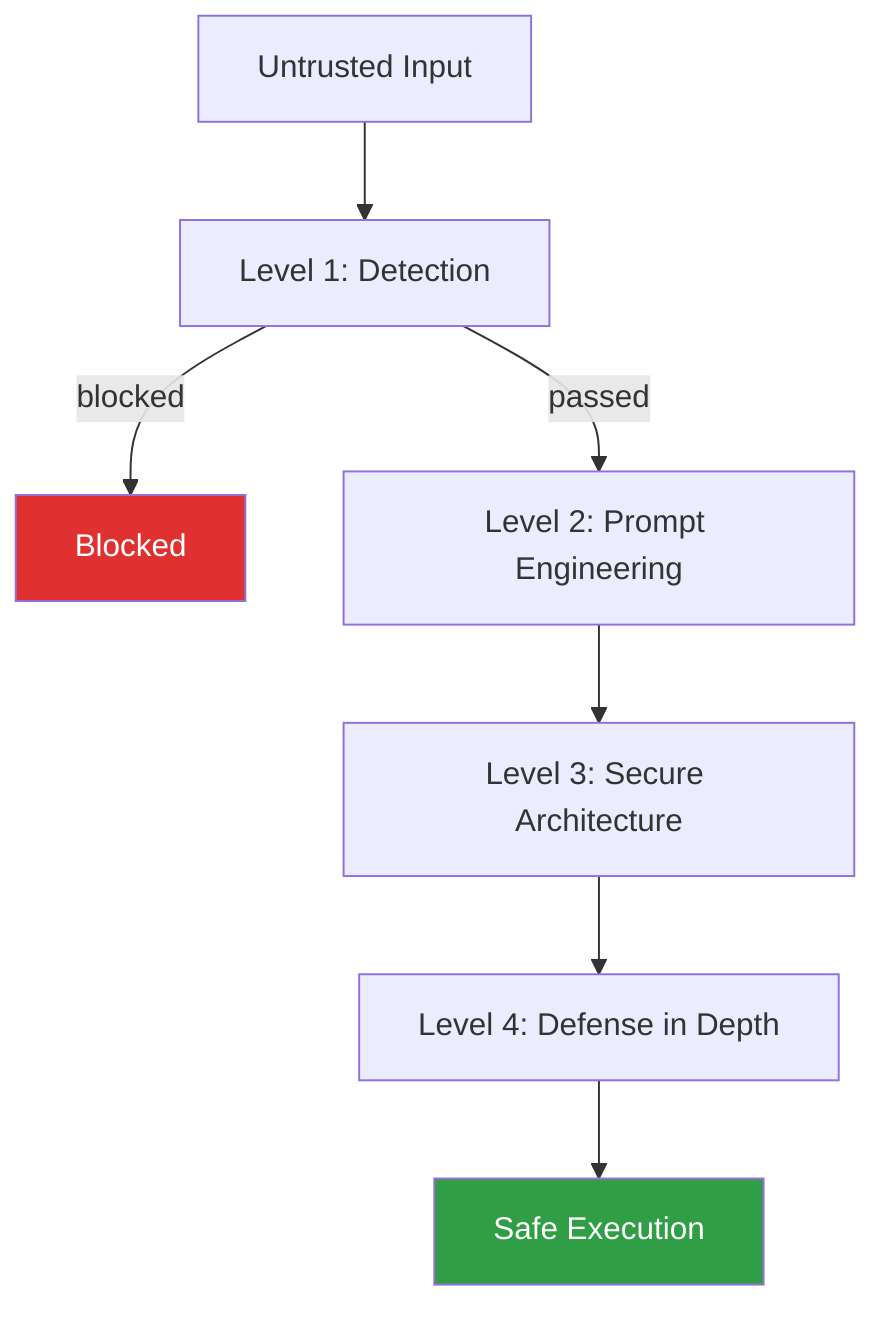
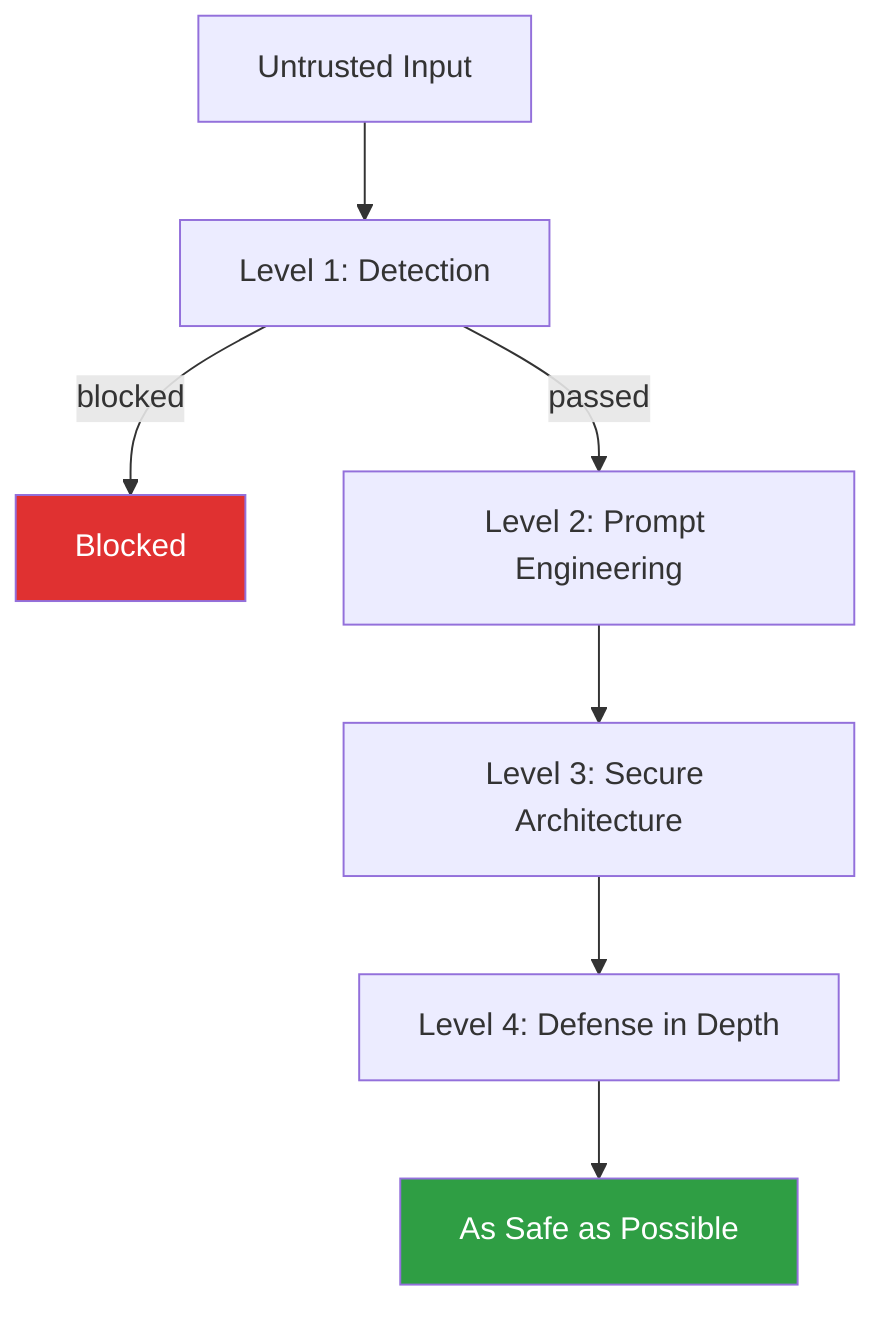
flowchart TD
    A[Untrusted Input] --> B[Level 1: Detection]
    B -->|blocked| X[Blocked]
    B -->|passed| C[Level 2: Prompt Engineering]
    C --> D[Level 3: Secure Architecture]
    D --> E[Level 4: Defense in Depth]
-     E --> F[Safe Execution]
+     E --> F[As Safe as Possible]

    style X fill:#e03131,color:#fff
    style F fill:#2f9e44,color:#fff
